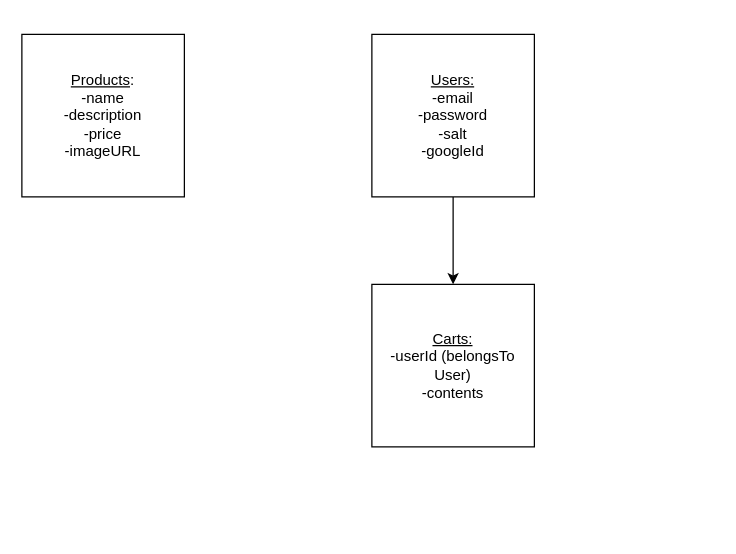
Rice-Krispy-Grace-Shopper/Grace-Shopper keeps this draw.io diagram as grace-shopper-db-schema.drawio. Above is the earlier version. Source tidied: cells renumbered, new cells numbered last; positions are measured from the earlier drawing's top-left corner, leaving out a move shared by most shapes. Both pictures are drawn from the tidied source at 125%, with x=0, y=0 at pixel (21, 34).
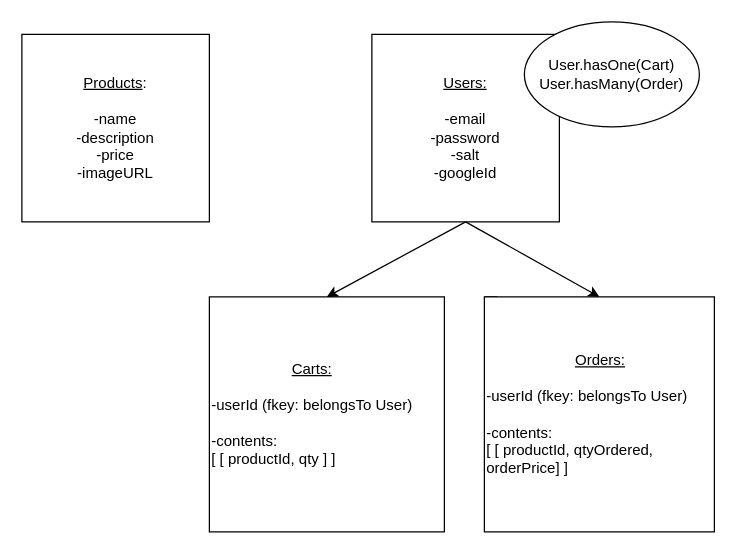
Above is the later version.

Commit message (it also covers changes not shown here):
feat: cart editing: adds PUT routes to increment and decrement item quantity in DB

The edit, as a diff of the source:
```diff
@@
 <mxGraphModel>
   <root>
     <mxCell id="0" />
     <mxCell id="1" parent="0" />
-    <mxCell id="2" value="&lt;u&gt;Products&lt;/u&gt;:&lt;br&gt;-name&lt;br&gt;-description&lt;br&gt;-price&lt;br&gt;-imageURL" style="whiteSpace=wrap;html=1;" parent="1" vertex="1">
-      <mxGeometry width="130" height="130" as="geometry" />
+    <mxCell id="2" value="&lt;u&gt;Products&lt;/u&gt;:&lt;br&gt;&lt;br&gt;-name&lt;br&gt;-description&lt;br&gt;-price&lt;br&gt;-imageURL" style="whiteSpace=wrap;html=1;" parent="1" vertex="1">
+      <mxGeometry width="150" height="150" as="geometry" />
     </mxCell>
-    <mxCell id="3" value="&lt;u&gt;Users:&lt;/u&gt;&lt;br&gt;-email&lt;br&gt;-password&lt;br&gt;-salt&lt;br&gt;-googleId" style="whiteSpace=wrap;html=1;" parent="1" vertex="1">
-      <mxGeometry x="280" width="130" height="130" as="geometry" />
+    <mxCell id="3" value="&lt;u&gt;Users:&lt;br&gt;&lt;/u&gt;&lt;br&gt;-email&lt;br&gt;-password&lt;br&gt;-salt&lt;br&gt;-googleId" style="whiteSpace=wrap;html=1;" parent="1" vertex="1">
+      <mxGeometry x="280" width="150" height="150" as="geometry" />
     </mxCell>
-    <mxCell id="4" value="&lt;u&gt;Carts:&lt;/u&gt;&lt;br&gt;-userId (belongsTo User)&lt;br&gt;-contents" style="whiteSpace=wrap;html=1;" parent="1" vertex="1">
-      <mxGeometry x="280" y="200" width="130" height="130" as="geometry" />
+    <mxCell id="4" value="&lt;div style=&quot;text-align: center&quot;&gt;&lt;u&gt;Carts:&lt;/u&gt;&lt;/div&gt;&lt;br&gt;-userId (fkey: belongsTo User)&lt;br&gt;&lt;br&gt;-contents: &lt;br&gt;[ [ productId, qty ] ]" style="whiteSpace=wrap;html=1;align=left;" parent="1" vertex="1">
+      <mxGeometry x="150" y="210" width="188" height="188" as="geometry" />
     </mxCell>
     <mxCell id="5" style="endArrow=classic;html=1;entryX=0.5;entryY=0;entryDx=0;entryDy=0;exitX=0.5;exitY=1;exitDx=0;exitDy=0;" parent="1" edge="1" source="3" target="4">
       <mxGeometry relative="1" as="geometry" />
     </mxCell>
+    <mxCell id="6" style="edgeStyle=orthogonalEdgeStyle;rounded=0;jettySize=auto;html=1;exitX=0;exitY=0;exitDx=0;exitDy=0;" parent="1" edge="1" source="7">
+      <mxGeometry relative="1" as="geometry">
+        <mxPoint x="380" y="220" as="targetPoint" />
+      </mxGeometry>
+    </mxCell>
+    <mxCell id="7" value="&lt;div style=&quot;text-align: center&quot;&gt;&lt;u&gt;&lt;font style=&quot;font-size: 12px&quot;&gt;Orders:&lt;/font&gt;&lt;/u&gt;&lt;/div&gt;&lt;font style=&quot;font-size: 12px&quot;&gt;&lt;br&gt;-userId (fkey: belongsTo User)&lt;br&gt;&lt;br&gt;-contents: &lt;br&gt;[ [ productId, qtyOrdered, orderPrice] ]&lt;/font&gt;" style="rounded=0;whiteSpace=wrap;html=1;align=left;" parent="1" vertex="1">
+      <mxGeometry x="370" y="210" width="184" height="188" as="geometry" />
+    </mxCell>
+    <mxCell id="8" style="endArrow=classic;html=1;entryX=0.5;entryY=0;entryDx=0;entryDy=0;exitX=0.5;exitY=1;exitDx=0;exitDy=0;" parent="1" edge="1" source="3" target="7">
+      <mxGeometry relative="1" as="geometry" />
+    </mxCell>
+    <mxCell id="9" value="User.hasOne(Cart)&lt;br&gt;User.hasMany(Order)" style="ellipse;whiteSpace=wrap;html=1;" parent="1" vertex="1">
+      <mxGeometry x="402" y="-10" width="140" height="84" as="geometry" />
+    </mxCell>
   </root>
 </mxGraphModel>
```
